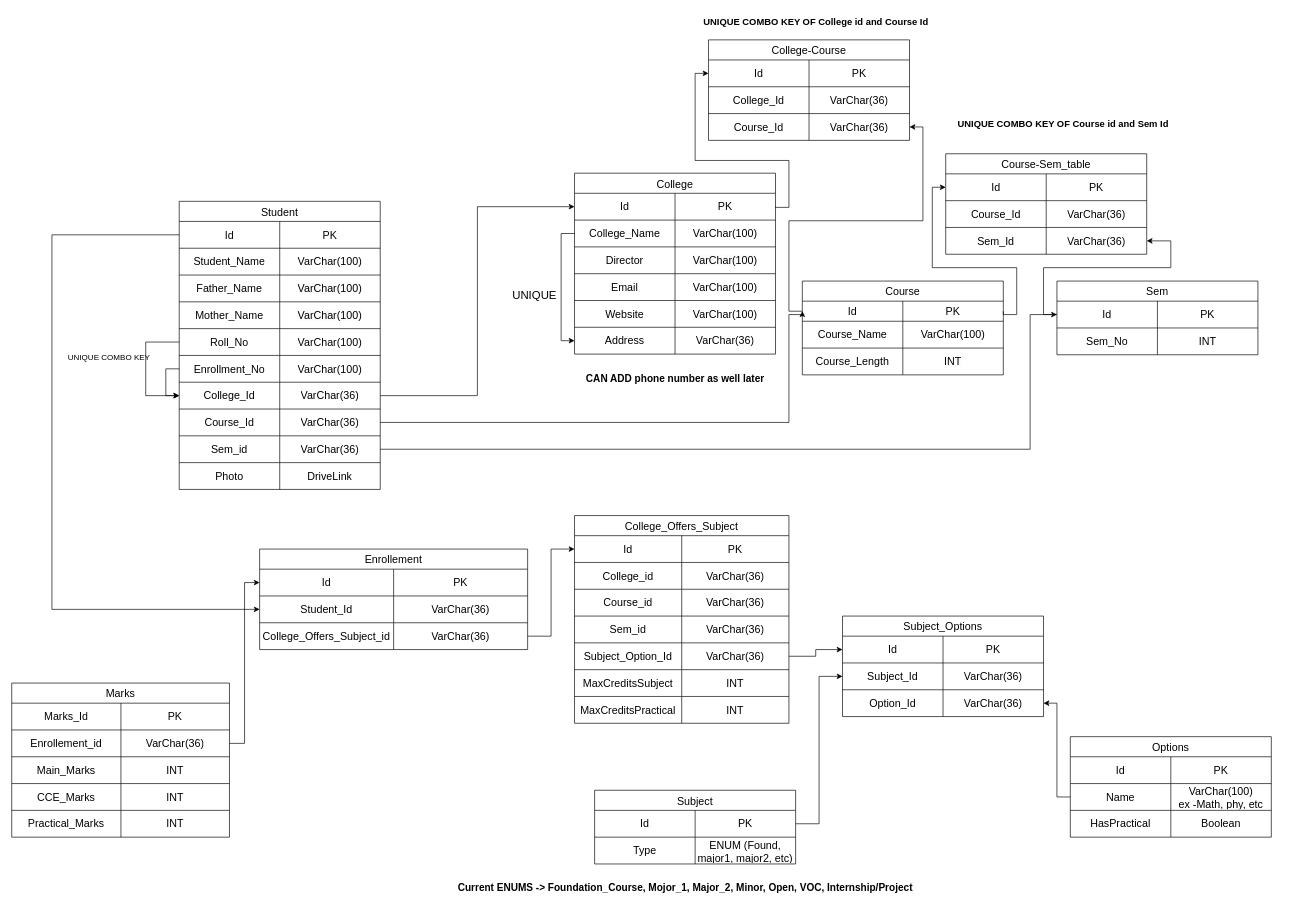
Before: Latest_College_Results.drawio in aristrader/CollegeResults, a draw.io diagram. Source tidied: cells renumbered, new cells numbered last; positions are measured from the earlier drawing's top-left corner, leaving out a move shared by most shapes. Both pictures are drawn from the tidied source at 67%, with x=0, y=0 at pixel (11, 11).
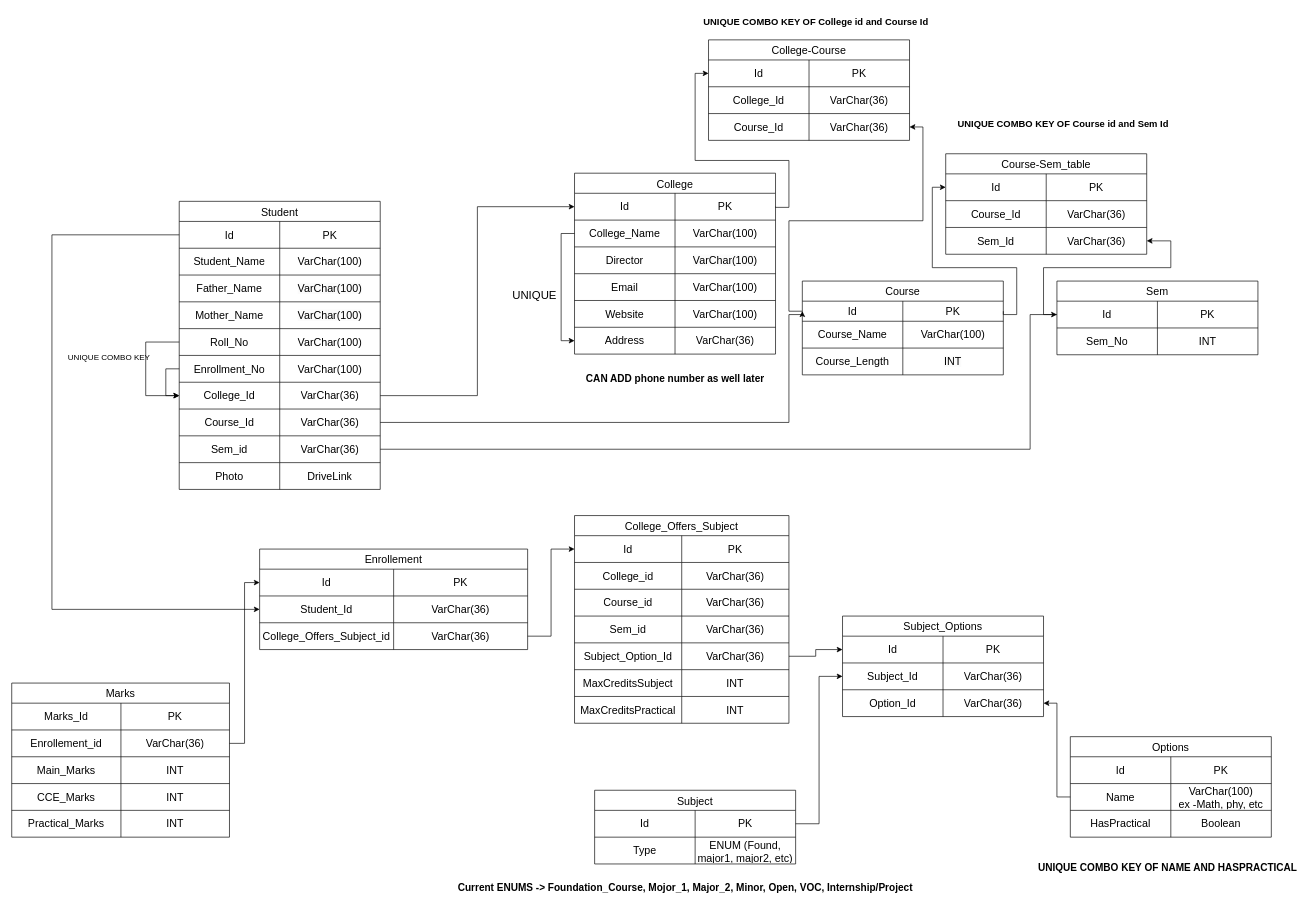
Above is the later version.

What changed in the source:
```diff
@@
+    <mxCell id="186" value="UNIQUE COMBO KEY OF NAME AND HASPRACTICAL" style="text;html=1;align=center;verticalAlign=middle;strokeColor=none;fillColor=none;fontSize=15;fontStyle=1;" parent="1" vertex="1">
+      <mxGeometry x="1525" y="1262" width="400" height="30" as="geometry" />
+    </mxCell>
```
